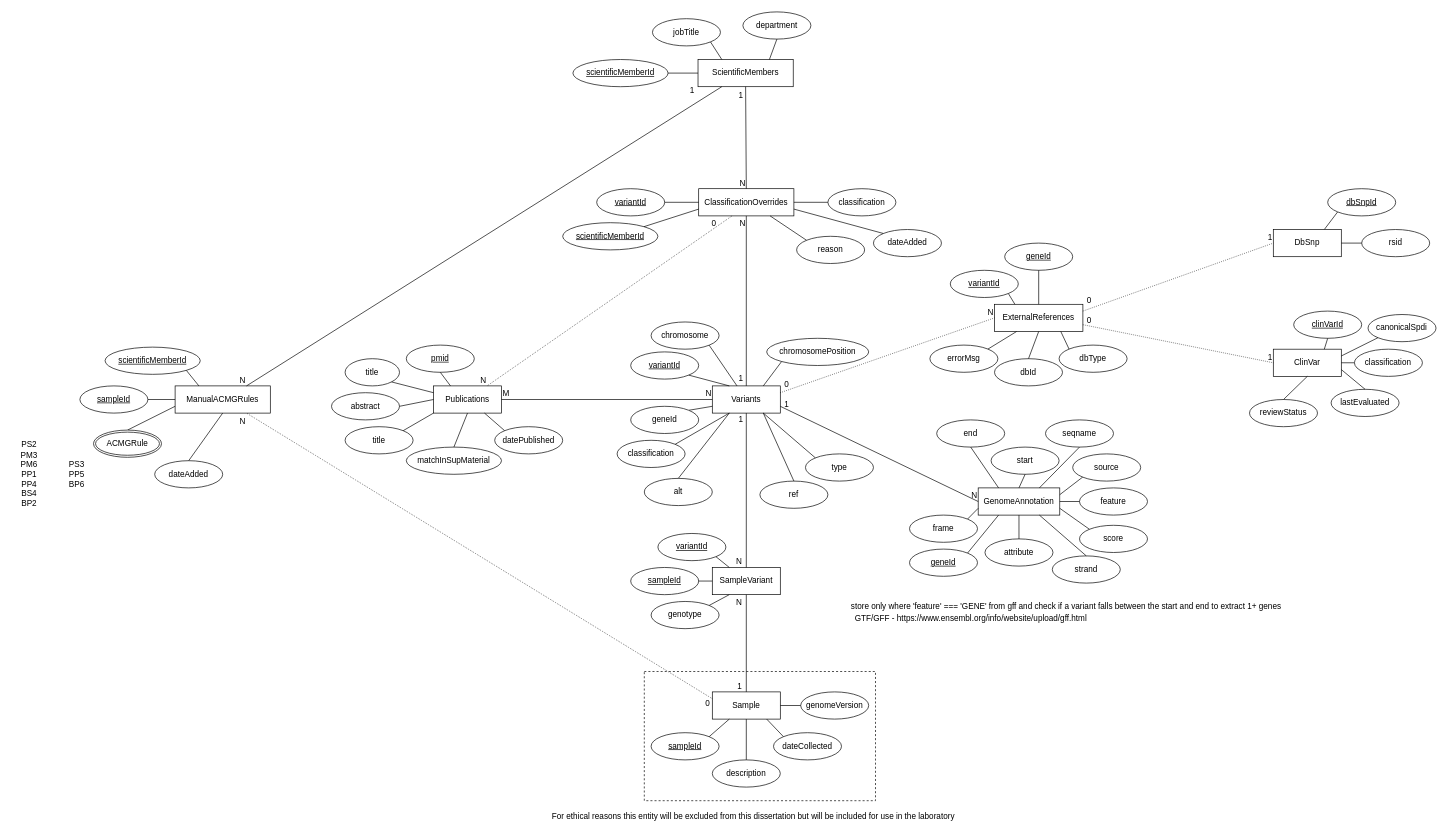
estherspiteri/VUSVista keeps this draw.io diagram as page "Page-2" (2 of 2) of Flowcharts/ERD.drawio. Above is the earlier version. Source tidied: cells renumbered, new cells numbered last; positions are measured from the earlier drawing's top-left corner, leaving out a move shared by most shapes. Both pictures are drawn from the tidied source at 68%, with x=0, y=0 at pixel (12, 12).
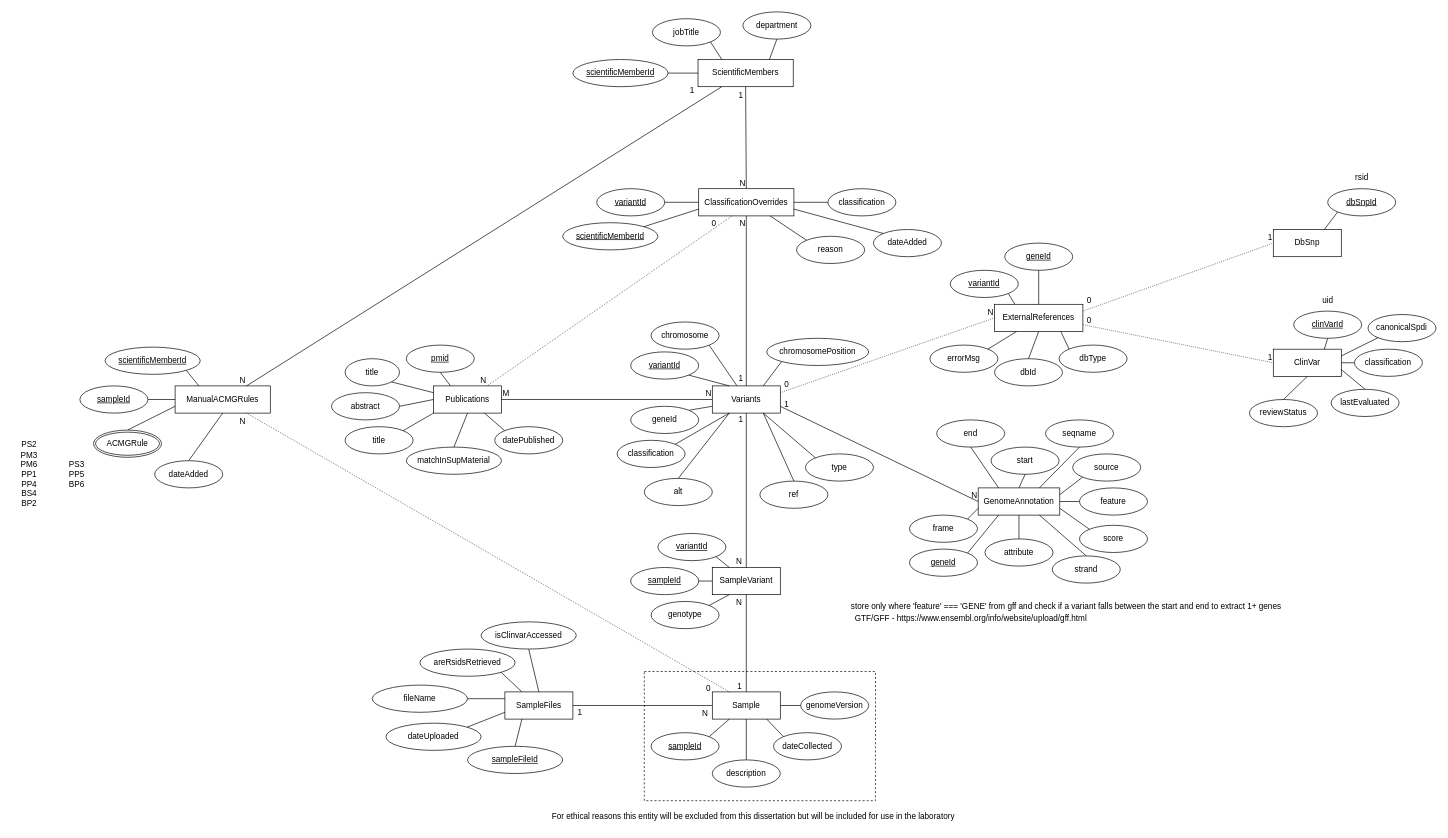
The same diagram, later.

Unchanged cells that the change refers to:
```xml
<mxCell id="76" value="DbSnp" style="whiteSpace=wrap;html=1;align=center;" parent="1" vertex="1">
  <mxGeometry x="1855" y="320" width="100" height="40" as="geometry" />
</mxCell>
<mxCell id="105" value="Sample" style="whiteSpace=wrap;html=1;align=center;" parent="1" vertex="1">
  <mxGeometry x="1030" y="1000" width="100" height="40" as="geometry" />
</mxCell>
<mxCell id="145" value="ManualACMGRules" style="whiteSpace=wrap;html=1;align=center;" parent="1" vertex="1">
  <mxGeometry x="240" y="550" width="140" height="40" as="geometry" />
</mxCell>
```

Diff of the diagram source:
```diff
@@
-    <mxCell id="78" value="rsid" style="ellipse;whiteSpace=wrap;html=1;align=center;" parent="1" vertex="1">
-      <mxGeometry x="1985" y="320" width="100" height="40" as="geometry" />
-    </mxCell>
-    <mxCell id="79" style="endArrow=none;html=1;rounded=0;exitX=0;exitY=0.5;exitDx=0;exitDy=0;entryX=1;entryY=0.5;entryDx=0;entryDy=0;" parent="1" edge="1" source="78" target="76">
-      <mxGeometry relative="1" as="geometry" />
-    </mxCell>
@@
-    <mxCell id="156" style="endArrow=none;html=1;rounded=0;dashed=1;dashPattern=1 2;exitX=0;exitY=0.25;exitDx=0;exitDy=0;entryX=0.75;entryY=1;entryDx=0;entryDy=0;" parent="1" edge="1" source="105" target="145">
+    <mxCell id="156" style="endArrow=none;html=1;rounded=0;dashed=1;dashPattern=1 2;exitX=0.25;exitY=0;exitDx=0;exitDy=0;entryX=0.75;entryY=1;entryDx=0;entryDy=0;" parent="1" edge="1" source="105" target="145">
       <mxGeometry relative="1" as="geometry" />
     </mxCell>
@@
     <mxCell id="158" value="0" style="text;html=1;align=center;verticalAlign=middle;strokeColor=none;fillColor=none;" parent="1" vertex="1">
-      <mxGeometry x="1008" y="1002" width="30" height="30" as="geometry" />
+      <mxGeometry x="1009" y="980" width="30" height="30" as="geometry" />
     </mxCell>
@@
+    <mxCell id="165" value="uid" style="text;html=1;align=center;verticalAlign=middle;strokeColor=none;fillColor=none;" parent="1" vertex="1">
+      <mxGeometry x="1915" y="409" width="40" height="30" as="geometry" />
+    </mxCell>
+    <mxCell id="78" value="rsid" style="text;html=1;align=center;verticalAlign=middle;points=[];strokeColor=none;fillColor=none;" parent="1" vertex="1">
+      <mxGeometry x="1965" y="228" width="40" height="30" as="geometry" />
+    </mxCell>
+    <mxCell id="166" value="SampleFiles" style="whiteSpace=wrap;html=1;align=center;" parent="1" vertex="1">
+      <mxGeometry x="725" y="1000" width="100" height="40" as="geometry" />
+    </mxCell>
+    <mxCell id="167" value="dateUploaded" style="ellipse;whiteSpace=wrap;html=1;align=center;" parent="1" vertex="1">
+      <mxGeometry x="550" y="1046" width="140" height="40" as="geometry" />
+    </mxCell>
+    <mxCell id="168" value="fileName" style="ellipse;whiteSpace=wrap;html=1;align=center;" parent="1" vertex="1">
+      <mxGeometry x="530" y="990" width="140" height="40" as="geometry" />
+    </mxCell>
+    <mxCell id="169" value="&lt;u&gt;sampleFileId&lt;/u&gt;" style="ellipse;whiteSpace=wrap;html=1;align=center;" parent="1" vertex="1">
+      <mxGeometry x="670" y="1080" width="140" height="40" as="geometry" />
+    </mxCell>
+    <mxCell id="170" style="endArrow=none;html=1;rounded=0;entryX=0;entryY=0.25;entryDx=0;entryDy=0;exitX=1;exitY=0.5;exitDx=0;exitDy=0;" parent="1" edge="1" source="168" target="166">
+      <mxGeometry relative="1" as="geometry" />
+    </mxCell>
+    <mxCell id="171" style="endArrow=none;html=1;rounded=0;exitX=1;exitY=0;exitDx=0;exitDy=0;entryX=0;entryY=0.75;entryDx=0;entryDy=0;" parent="1" edge="1" source="167" target="166">
+      <mxGeometry relative="1" as="geometry" />
+    </mxCell>
+    <mxCell id="172" style="endArrow=none;html=1;rounded=0;exitX=0.5;exitY=0;exitDx=0;exitDy=0;entryX=0.25;entryY=1;entryDx=0;entryDy=0;" parent="1" edge="1" source="169" target="166">
+      <mxGeometry relative="1" as="geometry" />
+    </mxCell>
+    <mxCell id="173" style="endArrow=none;html=1;rounded=0;entryX=0;entryY=0.5;entryDx=0;entryDy=0;exitX=1;exitY=0.5;exitDx=0;exitDy=0;" parent="1" edge="1" source="166" target="105">
+      <mxGeometry relative="1" as="geometry" />
+    </mxCell>
+    <mxCell id="174" value="N" style="html=1;whiteSpace=wrap;align=right;verticalAlign=bottom;" parent="173" vertex="1">
+      <mxGeometry x="1" relative="1" as="geometry">
+        <mxPoint x="-5" y="20" as="offset" />
+      </mxGeometry>
+    </mxCell>
+    <mxCell id="175" value="1" style="text;html=1;align=center;verticalAlign=middle;strokeColor=none;fillColor=none;" parent="1" vertex="1">
+      <mxGeometry x="820" y="1016" width="30" height="30" as="geometry" />
+    </mxCell>
+    <mxCell id="176" value="areRsidsRetrieved" style="ellipse;whiteSpace=wrap;html=1;align=center;" parent="1" vertex="1">
+      <mxGeometry x="600" y="937" width="140" height="40" as="geometry" />
+    </mxCell>
+    <mxCell id="177" style="endArrow=none;html=1;rounded=0;entryX=0.25;entryY=0;entryDx=0;entryDy=0;exitX=1;exitY=1;exitDx=0;exitDy=0;" parent="1" edge="1" source="176" target="166">
+      <mxGeometry relative="1" as="geometry" />
+    </mxCell>
+    <mxCell id="178" value="isClinvarAccessed" style="ellipse;whiteSpace=wrap;html=1;align=center;" parent="1" vertex="1">
+      <mxGeometry x="690" y="897" width="140" height="40" as="geometry" />
+    </mxCell>
+    <mxCell id="179" style="endArrow=none;html=1;rounded=0;entryX=0.5;entryY=0;entryDx=0;entryDy=0;exitX=0.5;exitY=1;exitDx=0;exitDy=0;" parent="1" edge="1" source="178" target="166">
+      <mxGeometry relative="1" as="geometry" />
+    </mxCell>
```
